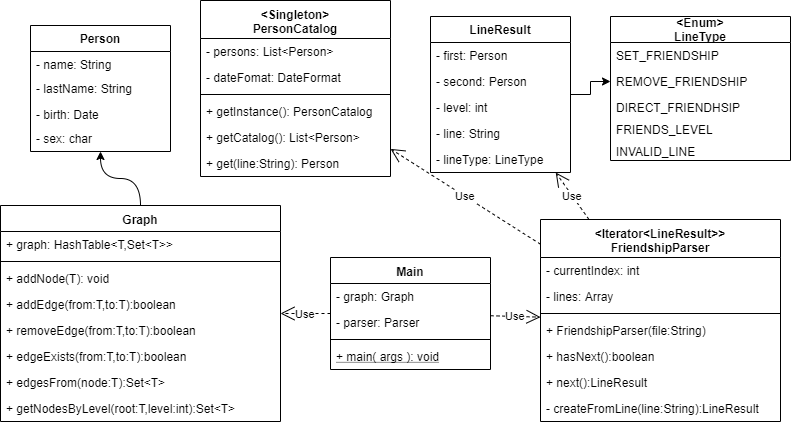
Above: friendships.png in mplata/mcc-friendships (draw.io), before the change. Source tidied: cells renumbered, new cells last; positions are measured from the earlier drawing's top-left corner, leaving out a move shared by most shapes. Source of this version:
```xml
<mxGraphModel>
  <root>
    <mxCell id="0" />
    <mxCell id="1" parent="0" />
    <mxCell id="2" value="&#10;Person&#10;" style="swimlane;fontStyle=1;horizontal=1;startSize=26;fillColor=none;" parent="1" vertex="1">
      <mxGeometry x="30" y="25" width="140" height="126" as="geometry" />
    </mxCell>
    <mxCell id="3" value="- name: String&#10;" style="text;strokeColor=none;fillColor=none;align=left;verticalAlign=top;spacingLeft=4;spacingRight=4;overflow=hidden;" parent="2" vertex="1">
      <mxGeometry y="26" width="140" height="24" as="geometry" />
    </mxCell>
    <mxCell id="4" value="- lastName: String&#10;" style="text;strokeColor=none;fillColor=none;align=left;verticalAlign=top;spacingLeft=4;spacingRight=4;overflow=hidden;" parent="2" vertex="1">
      <mxGeometry y="50" width="140" height="26" as="geometry" />
    </mxCell>
    <mxCell id="5" value="- birth: Date" style="text;strokeColor=none;fillColor=none;align=left;verticalAlign=top;spacingLeft=4;spacingRight=4;overflow=hidden;" parent="2" vertex="1">
      <mxGeometry y="76" width="140" height="24" as="geometry" />
    </mxCell>
    <mxCell id="6" value="- sex: char &#10;" style="text;strokeColor=none;fillColor=none;align=left;verticalAlign=top;spacingLeft=4;spacingRight=4;overflow=hidden;" parent="2" vertex="1">
      <mxGeometry y="100" width="140" height="26" as="geometry" />
    </mxCell>
    <mxCell id="7" value="&lt;Enum&gt;&#10;LineType" style="swimlane;fontStyle=1;horizontal=1;startSize=26;fillColor=none;" parent="1" vertex="1">
      <mxGeometry x="610" y="16" width="180" height="144" as="geometry" />
    </mxCell>
    <mxCell id="8" value="SET_FRIENDSHIP&#10;" style="text;strokeColor=none;fillColor=none;align=left;verticalAlign=top;spacingLeft=4;spacingRight=4;overflow=hidden;" parent="7" vertex="1">
      <mxGeometry y="26" width="180" height="26" as="geometry" />
    </mxCell>
    <mxCell id="9" value="REMOVE_FRIENDSHIP" style="text;strokeColor=none;fillColor=none;align=left;verticalAlign=top;spacingLeft=4;spacingRight=4;overflow=hidden;points=[[0,0.5],[1,0.5]];portConstraint=eastwest;" parent="7" vertex="1">
      <mxGeometry y="52" width="180" height="26" as="geometry" />
    </mxCell>
    <mxCell id="10" value="DIRECT_FRIENDHSIP" style="text;strokeColor=none;fillColor=none;align=left;verticalAlign=top;spacingLeft=4;spacingRight=4;overflow=hidden;" parent="7" vertex="1">
      <mxGeometry y="78" width="180" height="22" as="geometry" />
    </mxCell>
    <mxCell id="11" value="FRIENDS_LEVEL" style="text;strokeColor=none;fillColor=none;align=left;verticalAlign=top;spacingLeft=4;spacingRight=4;overflow=hidden;" parent="7" vertex="1">
      <mxGeometry y="100" width="180" height="22" as="geometry" />
    </mxCell>
    <mxCell id="12" value="INVALID_LINE" style="text;strokeColor=none;fillColor=none;align=left;verticalAlign=top;spacingLeft=4;spacingRight=4;overflow=hidden;" parent="7" vertex="1">
      <mxGeometry y="122" width="180" height="22" as="geometry" />
    </mxCell>
    <mxCell id="13" style="edgeStyle=orthogonalEdgeStyle;rounded=0;jettySize=auto;html=1;" parent="1" edge="1" source="14" target="9">
      <mxGeometry relative="1" as="geometry" />
    </mxCell>
    <mxCell id="14" value="LineResult" style="swimlane;fontStyle=1;horizontal=1;startSize=26;fillColor=none;" parent="1" vertex="1">
      <mxGeometry x="430" y="16" width="140" height="156" as="geometry" />
    </mxCell>
    <mxCell id="15" value="- first: Person" style="text;strokeColor=none;fillColor=none;align=left;verticalAlign=top;spacingLeft=4;spacingRight=4;overflow=hidden;" parent="14" vertex="1">
      <mxGeometry y="26" width="140" height="26" as="geometry" />
    </mxCell>
    <mxCell id="16" value="- second: Person" style="text;strokeColor=none;fillColor=none;align=left;verticalAlign=top;spacingLeft=4;spacingRight=4;overflow=hidden;" parent="14" vertex="1">
      <mxGeometry y="52" width="140" height="26" as="geometry" />
    </mxCell>
    <mxCell id="17" value="- level: int" style="text;strokeColor=none;fillColor=none;align=left;verticalAlign=top;spacingLeft=4;spacingRight=4;overflow=hidden;" parent="14" vertex="1">
      <mxGeometry y="78" width="140" height="26" as="geometry" />
    </mxCell>
    <mxCell id="18" value="- line: String" style="text;strokeColor=none;fillColor=none;align=left;verticalAlign=top;spacingLeft=4;spacingRight=4;overflow=hidden;" parent="14" vertex="1">
      <mxGeometry y="104" width="140" height="26" as="geometry" />
    </mxCell>
    <mxCell id="19" value="- lineType: LineType" style="text;strokeColor=none;fillColor=none;align=left;verticalAlign=top;spacingLeft=4;spacingRight=4;overflow=hidden;" parent="14" vertex="1">
      <mxGeometry y="130" width="140" height="26" as="geometry" />
    </mxCell>
    <mxCell id="20" value="&lt;Iterator&lt;LineResult&gt;&gt;&#10;FriendshipParser" style="swimlane;fontStyle=1;align=center;verticalAlign=top;horizontal=1;startSize=38;" parent="1" vertex="1">
      <mxGeometry x="540" y="219" width="240" height="202" as="geometry" />
    </mxCell>
    <mxCell id="21" value="- currentIndex: int" style="text;strokeColor=none;fillColor=none;align=left;verticalAlign=top;spacingLeft=4;spacingRight=4;overflow=hidden;" parent="20" vertex="1">
      <mxGeometry y="38" width="240" height="26" as="geometry" />
    </mxCell>
    <mxCell id="22" value="- lines: Array" style="text;strokeColor=none;fillColor=none;align=left;verticalAlign=top;spacingLeft=4;spacingRight=4;overflow=hidden;" parent="20" vertex="1">
      <mxGeometry y="64" width="240" height="26" as="geometry" />
    </mxCell>
    <mxCell id="23" style="line;strokeWidth=1;fillColor=none;align=left;verticalAlign=middle;spacingTop=-1;spacingLeft=3;spacingRight=3;labelPosition=right;" parent="20" vertex="1">
      <mxGeometry y="90" width="240" height="8" as="geometry" />
    </mxCell>
    <mxCell id="24" value="+ FriendshipParser(file:String)" style="text;strokeColor=none;fillColor=none;align=left;verticalAlign=top;spacingLeft=4;spacingRight=4;overflow=hidden;" parent="20" vertex="1">
      <mxGeometry y="98" width="240" height="26" as="geometry" />
    </mxCell>
    <mxCell id="25" value="+ hasNext():boolean" style="text;strokeColor=none;fillColor=none;align=left;verticalAlign=top;spacingLeft=4;spacingRight=4;overflow=hidden;" parent="20" vertex="1">
      <mxGeometry y="124" width="240" height="26" as="geometry" />
    </mxCell>
    <mxCell id="26" value="+ next():LineResult" style="text;strokeColor=none;fillColor=none;align=left;verticalAlign=top;spacingLeft=4;spacingRight=4;overflow=hidden;" parent="20" vertex="1">
      <mxGeometry y="150" width="240" height="26" as="geometry" />
    </mxCell>
    <mxCell id="27" value="- createFromLine(line:String):LineResult" style="text;strokeColor=none;fillColor=none;align=left;verticalAlign=top;spacingLeft=4;spacingRight=4;overflow=hidden;" parent="20" vertex="1">
      <mxGeometry y="176" width="240" height="26" as="geometry" />
    </mxCell>
    <mxCell id="28" value="Use" style="endArrow=open;endSize=12;dashed=1;html=1;" parent="1" edge="1" source="20" target="14">
      <mxGeometry relative="1" as="geometry" />
    </mxCell>
    <mxCell id="29" style="edgeStyle=orthogonalEdgeStyle;curved=1;jettySize=auto;html=1;" parent="1" edge="1" source="30" target="2">
      <mxGeometry relative="1" as="geometry" />
    </mxCell>
    <mxCell id="30" value="Graph" style="swimlane;fontStyle=1;align=center;verticalAlign=top;horizontal=1;startSize=26;" parent="1" vertex="1">
      <mxGeometry y="205" width="280" height="216" as="geometry" />
    </mxCell>
    <mxCell id="31" value="+ graph: HashTable&lt;T,Set&lt;T&gt;&gt;" style="text;strokeColor=none;fillColor=none;align=left;verticalAlign=top;spacingLeft=4;spacingRight=4;overflow=hidden;" parent="30" vertex="1">
      <mxGeometry y="26" width="280" height="26" as="geometry" />
    </mxCell>
    <mxCell id="32" style="line;strokeWidth=1;fillColor=none;align=left;verticalAlign=middle;spacingTop=-1;spacingLeft=3;spacingRight=3;labelPosition=right;" parent="30" vertex="1">
      <mxGeometry y="52" width="280" height="8" as="geometry" />
    </mxCell>
    <mxCell id="33" value="+ addNode(T): void" style="text;strokeColor=none;fillColor=none;align=left;verticalAlign=top;spacingLeft=4;spacingRight=4;overflow=hidden;" parent="30" vertex="1">
      <mxGeometry y="60" width="280" height="26" as="geometry" />
    </mxCell>
    <mxCell id="34" value="+ addEdge(from:T,to:T):boolean" style="text;strokeColor=none;fillColor=none;align=left;verticalAlign=top;spacingLeft=4;spacingRight=4;overflow=hidden;" parent="30" vertex="1">
      <mxGeometry y="86" width="280" height="26" as="geometry" />
    </mxCell>
    <mxCell id="35" value="+ removeEdge(from:T,to:T):boolean" style="text;strokeColor=none;fillColor=none;align=left;verticalAlign=top;spacingLeft=4;spacingRight=4;overflow=hidden;" parent="30" vertex="1">
      <mxGeometry y="112" width="280" height="26" as="geometry" />
    </mxCell>
    <mxCell id="36" value="+ edgeExists(from:T,to:T):boolean" style="text;strokeColor=none;fillColor=none;align=left;verticalAlign=top;spacingLeft=4;spacingRight=4;overflow=hidden;" parent="30" vertex="1">
      <mxGeometry y="138" width="280" height="26" as="geometry" />
    </mxCell>
    <mxCell id="37" value="+ edgesFrom(node:T):Set&lt;T&gt;" style="text;strokeColor=none;fillColor=none;align=left;verticalAlign=top;spacingLeft=4;spacingRight=4;overflow=hidden;" parent="30" vertex="1">
      <mxGeometry y="164" width="280" height="26" as="geometry" />
    </mxCell>
    <mxCell id="38" value="+ getNodesByLevel(root:T,level:int):Set&lt;T&gt;" style="text;strokeColor=none;fillColor=none;align=left;verticalAlign=top;spacingLeft=4;spacingRight=4;overflow=hidden;" parent="30" vertex="1">
      <mxGeometry y="190" width="280" height="26" as="geometry" />
    </mxCell>
    <mxCell id="39" value="Main" style="swimlane;fontStyle=1;align=center;verticalAlign=top;horizontal=1;startSize=26;" parent="1" vertex="1">
      <mxGeometry x="330" y="257" width="160" height="112" as="geometry" />
    </mxCell>
    <mxCell id="40" value="- graph: Graph" style="text;strokeColor=none;fillColor=none;align=left;verticalAlign=top;spacingLeft=4;spacingRight=4;overflow=hidden;" parent="39" vertex="1">
      <mxGeometry y="26" width="160" height="26" as="geometry" />
    </mxCell>
    <mxCell id="41" value="- parser: Parser" style="text;strokeColor=none;fillColor=none;align=left;verticalAlign=top;spacingLeft=4;spacingRight=4;overflow=hidden;" parent="39" vertex="1">
      <mxGeometry y="52" width="160" height="26" as="geometry" />
    </mxCell>
    <mxCell id="42" style="line;strokeWidth=1;fillColor=none;align=left;verticalAlign=middle;spacingTop=-1;spacingLeft=3;spacingRight=3;labelPosition=right;" parent="39" vertex="1">
      <mxGeometry y="78" width="160" height="8" as="geometry" />
    </mxCell>
    <mxCell id="43" value="+ main( args ): void" style="text;strokeColor=none;fillColor=none;align=left;verticalAlign=top;spacingLeft=4;spacingRight=4;overflow=hidden;fontStyle=4;" parent="39" vertex="1">
      <mxGeometry y="86" width="160" height="26" as="geometry" />
    </mxCell>
    <mxCell id="44" value="Use" style="endArrow=open;endSize=12;dashed=1;html=1;" parent="1" edge="1" source="39" target="30">
      <mxGeometry relative="1" as="geometry" />
    </mxCell>
    <mxCell id="45" value="Use" style="endArrow=open;endSize=12;dashed=1;html=1;" parent="1" edge="1" source="39" target="20">
      <mxGeometry relative="1" as="geometry" />
    </mxCell>
    <mxCell id="46" value="&lt;Singleton&gt;&#10;PersonCatalog" style="swimlane;fontStyle=1;align=center;verticalAlign=top;horizontal=1;startSize=38;" parent="1" vertex="1">
      <mxGeometry x="200" width="190" height="176" as="geometry" />
    </mxCell>
    <mxCell id="47" value="- persons: List&lt;Person&gt;" style="text;strokeColor=none;fillColor=none;align=left;verticalAlign=top;spacingLeft=4;spacingRight=4;overflow=hidden;" parent="46" vertex="1">
      <mxGeometry y="38" width="190" height="26" as="geometry" />
    </mxCell>
    <mxCell id="48" value="- dateFomat: DateFormat" style="text;strokeColor=none;fillColor=none;align=left;verticalAlign=top;spacingLeft=4;spacingRight=4;overflow=hidden;" parent="46" vertex="1">
      <mxGeometry y="64" width="190" height="26" as="geometry" />
    </mxCell>
    <mxCell id="49" style="line;strokeWidth=1;fillColor=none;align=left;verticalAlign=middle;spacingTop=-1;spacingLeft=3;spacingRight=3;labelPosition=right;" parent="46" vertex="1">
      <mxGeometry y="90" width="190" height="8" as="geometry" />
    </mxCell>
    <mxCell id="50" value="+ getInstance(): PersonCatalog" style="text;strokeColor=none;fillColor=none;align=left;verticalAlign=top;spacingLeft=4;spacingRight=4;overflow=hidden;" parent="46" vertex="1">
      <mxGeometry y="98" width="190" height="26" as="geometry" />
    </mxCell>
    <mxCell id="51" value="+ getCatalog(): List&lt;Person&gt;" style="text;strokeColor=none;fillColor=none;align=left;verticalAlign=top;spacingLeft=4;spacingRight=4;overflow=hidden;" parent="46" vertex="1">
      <mxGeometry y="124" width="190" height="26" as="geometry" />
    </mxCell>
    <mxCell id="52" value="+ get(line:String): Person" style="text;strokeColor=none;fillColor=none;align=left;verticalAlign=top;spacingLeft=4;spacingRight=4;overflow=hidden;" parent="46" vertex="1">
      <mxGeometry y="150" width="190" height="26" as="geometry" />
    </mxCell>
    <mxCell id="53" value="Use" style="endArrow=open;endSize=12;dashed=1;html=1;" parent="1" edge="1" source="20" target="46">
      <mxGeometry relative="1" as="geometry" />
    </mxCell>
  </root>
</mxGraphModel>
```
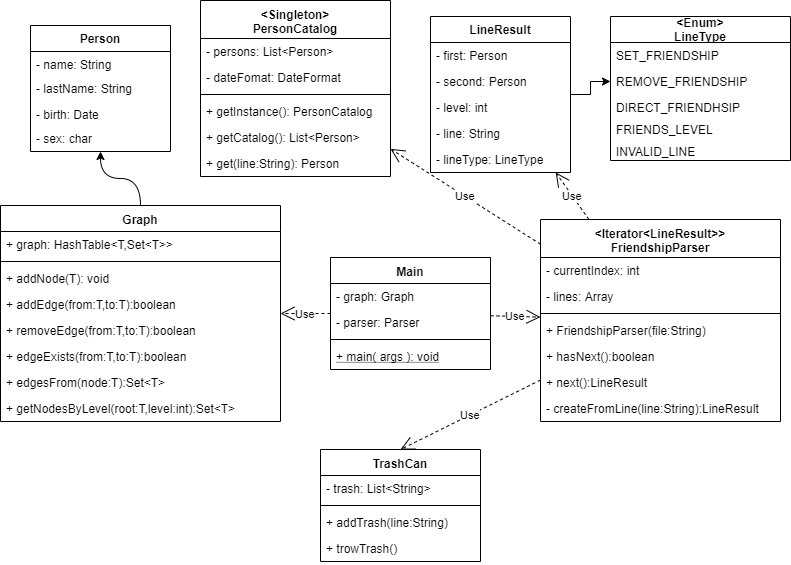
Above is the later version.

Diff of the diagram source:
```diff
@@ -158,5 +158,23 @@
     <mxCell id="53" value="Use" style="endArrow=open;endSize=12;dashed=1;html=1;" parent="1" edge="1" source="20" target="46">
       <mxGeometry relative="1" as="geometry" />
     </mxCell>
+    <mxCell id="54" value="TrashCan" style="swimlane;fontStyle=1;align=center;verticalAlign=top;horizontal=1;startSize=26;" parent="1" vertex="1">
+      <mxGeometry x="320" y="449" width="160" height="112" as="geometry" />
+    </mxCell>
+    <mxCell id="55" value="- trash: List&lt;String&gt;" style="text;strokeColor=none;fillColor=none;align=left;verticalAlign=top;spacingLeft=4;spacingRight=4;overflow=hidden;" parent="54" vertex="1">
+      <mxGeometry y="26" width="160" height="26" as="geometry" />
+    </mxCell>
+    <mxCell id="56" style="line;strokeWidth=1;fillColor=none;align=left;verticalAlign=middle;spacingTop=-1;spacingLeft=3;spacingRight=3;labelPosition=right;" parent="54" vertex="1">
+      <mxGeometry y="52" width="160" height="8" as="geometry" />
+    </mxCell>
+    <mxCell id="57" value="+ addTrash(line:String)" style="text;strokeColor=none;fillColor=none;align=left;verticalAlign=top;spacingLeft=4;spacingRight=4;overflow=hidden;" parent="54" vertex="1">
+      <mxGeometry y="60" width="160" height="26" as="geometry" />
+    </mxCell>
+    <mxCell id="58" value="+ trowTrash()" style="text;strokeColor=none;fillColor=none;align=left;verticalAlign=top;spacingLeft=4;spacingRight=4;overflow=hidden;" parent="54" vertex="1">
+      <mxGeometry y="86" width="160" height="26" as="geometry" />
+    </mxCell>
+    <mxCell id="59" value="Use" style="endArrow=open;endSize=12;dashed=1;html=1;entryX=0.5;entryY=0;entryDx=0;entryDy=0;" parent="1" edge="1" source="20" target="54">
+      <mxGeometry relative="1" as="geometry" />
+    </mxCell>
   </root>
 </mxGraphModel>
```
